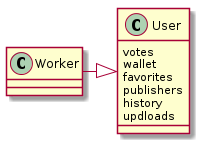
This is img/user-class.png from wetube/bitcloud, a PlantUML export, as it was before one commit.
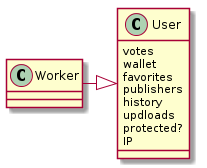
The same diagram one commit later.

What changed in the source:
```diff
@@ -6,6 +6,8 @@
       publishers
       history
       updloads
+      protected?
+      IP
 }
 Worker -right-|> User
 @enduml
```
